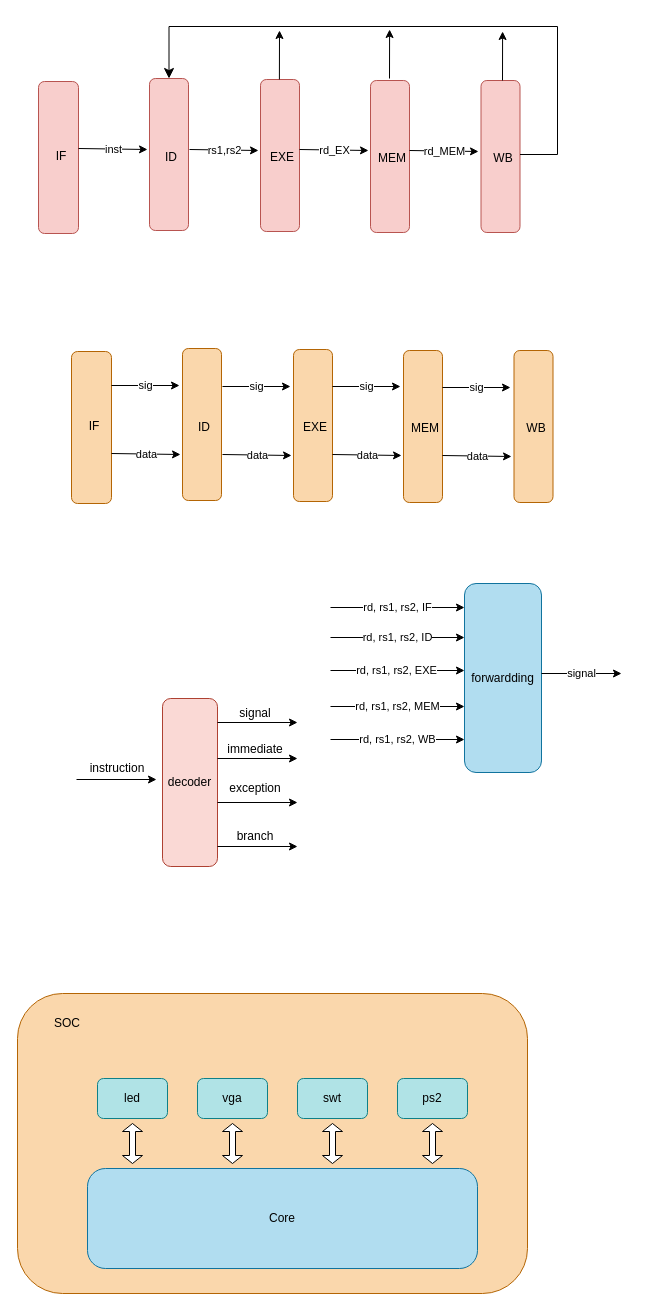
Above: page "Page-1" (1 of 2) of biyelunwen.drawio in DavidZyy/drawio_repo (draw.io), before the change. Source tidied: cells renumbered, new cells numbered last; positions are measured from the earlier drawing's top-left corner, leaving out a move shared by most shapes. Both pictures are drawn from the tidied source at 100%, with x=0, y=0 at pixel (17, 26).
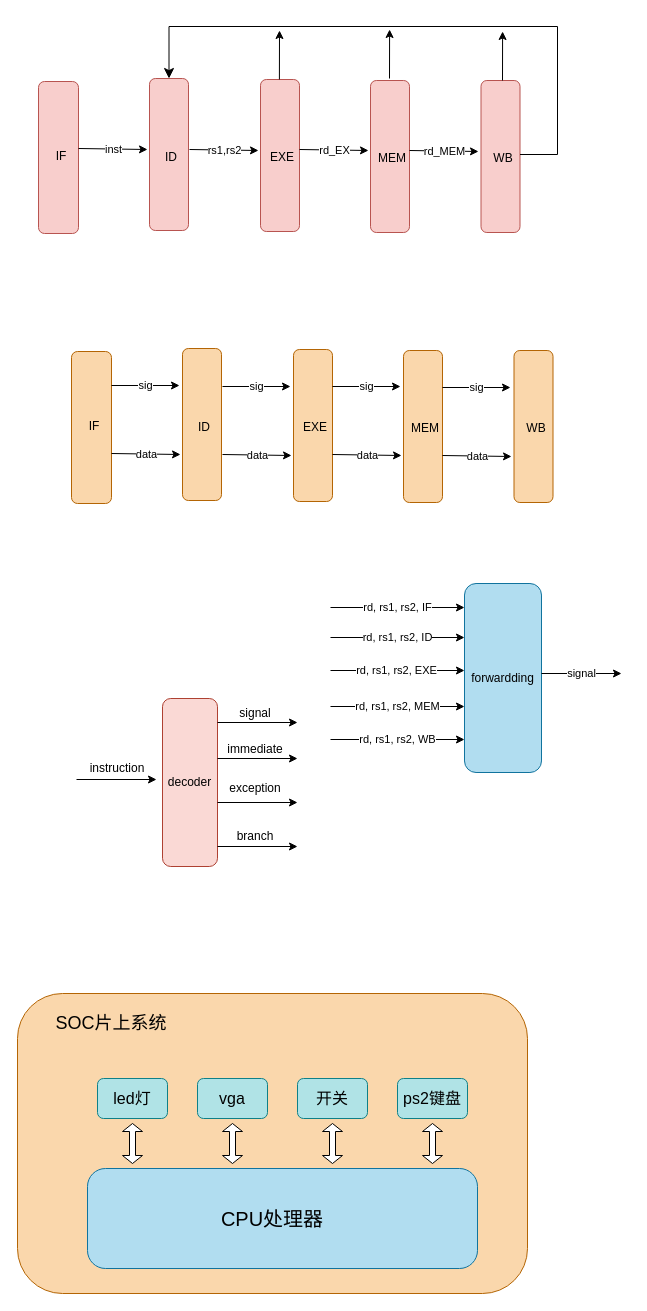
The same diagram, later.

Diff of the diagram source:
```diff
@@
-    <mxCell id="4" value="Core" style="text;html=1;strokeColor=none;fillColor=none;align=center;verticalAlign=middle;whiteSpace=wrap;rounded=0;" parent="1" vertex="1">
-      <mxGeometry x="235" y="1177" width="60" height="30" as="geometry" />
+    <mxCell id="4" value="&lt;font style=&quot;font-size: 20px;&quot;&gt;CPU处理器&lt;/font&gt;" style="text;html=1;strokeColor=none;fillColor=none;align=center;verticalAlign=middle;whiteSpace=wrap;rounded=0;" parent="1" vertex="1">
+      <mxGeometry x="202" y="1177" width="106" height="30" as="geometry" />
     </mxCell>
-    <mxCell id="5" value="led" style="rounded=1;whiteSpace=wrap;html=1;fillColor=#b0e3e6;strokeColor=#0e8088;" parent="1" vertex="1">
+    <mxCell id="5" value="&lt;font style=&quot;font-size: 16px;&quot;&gt;led灯&lt;/font&gt;" style="rounded=1;whiteSpace=wrap;html=1;fillColor=#b0e3e6;strokeColor=#0e8088;" parent="1" vertex="1">
       <mxGeometry x="80" y="1052" width="70" height="40" as="geometry" />
     </mxCell>
-    <mxCell id="6" value="vga" style="rounded=1;whiteSpace=wrap;html=1;fillColor=#b0e3e6;strokeColor=#0e8088;" parent="1" vertex="1">
+    <mxCell id="6" value="&lt;font style=&quot;font-size: 16px;&quot;&gt;vga&lt;/font&gt;" style="rounded=1;whiteSpace=wrap;html=1;fillColor=#b0e3e6;strokeColor=#0e8088;" parent="1" vertex="1">
       <mxGeometry x="180" y="1052" width="70" height="40" as="geometry" />
     </mxCell>
-    <mxCell id="7" value="swt" style="rounded=1;whiteSpace=wrap;html=1;fillColor=#b0e3e6;strokeColor=#0e8088;" parent="1" vertex="1">
+    <mxCell id="7" value="&lt;font style=&quot;font-size: 16px;&quot;&gt;开关&lt;/font&gt;" style="rounded=1;whiteSpace=wrap;html=1;fillColor=#b0e3e6;strokeColor=#0e8088;" parent="1" vertex="1">
       <mxGeometry x="280" y="1052" width="70" height="40" as="geometry" />
     </mxCell>
-    <mxCell id="8" value="ps2" style="rounded=1;whiteSpace=wrap;html=1;fillColor=#b0e3e6;strokeColor=#0e8088;" parent="1" vertex="1">
+    <mxCell id="8" value="&lt;font style=&quot;font-size: 16px;&quot;&gt;ps2键盘&lt;/font&gt;" style="rounded=1;whiteSpace=wrap;html=1;fillColor=#b0e3e6;strokeColor=#0e8088;" parent="1" vertex="1">
       <mxGeometry x="380" y="1052" width="70" height="40" as="geometry" />
     </mxCell>
@@
-    <mxCell id="13" value="SOC" style="text;strokeColor=none;align=center;fillColor=none;html=1;verticalAlign=middle;whiteSpace=wrap;rounded=0;" parent="1" vertex="1">
-      <mxGeometry x="20" y="982" width="60" height="30" as="geometry" />
+    <mxCell id="13" value="&lt;font style=&quot;font-size: 18px;&quot;&gt;SOC片上系统&lt;/font&gt;" style="text;strokeColor=none;align=center;fillColor=none;html=1;verticalAlign=middle;whiteSpace=wrap;rounded=0;" parent="1" vertex="1">
+      <mxGeometry x="20" y="982" width="148" height="30" as="geometry" />
     </mxCell>
```
